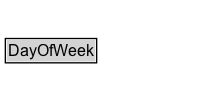
Before: docs/diagrams/DayOfWeek.dot.png, a diagram exported from Graphviz (k-vaughn/ontology-import-gr). Its source is kept beside it as docs/diagrams/DayOfWeek.dot. The source it was exported from:
```dot
digraph {
	graph [overlap=false rankdir=TB splines=true]
	node [fontname=Arial fontsize=12 margin=0 shape=none]
	edge [fontname=Arial fontsize=11]
	DayOfWeek [label=<<TABLE BORDER="1" CELLBORDER="0" CELLSPACING="0" CELLPADDING="1"><TR><TD BGCOLOR="lightgray" ALIGN="CENTER">DayOfWeek</TD></TR></TABLE>> URL="../DayOfWeek" margin=0]
	{
		rank=max
	}
	subgraph cluster_associated {
		label="" style=invis
		Invis [label=<<TABLE BORDER="0" CELLBORDER="0" CELLSPACING="0" CELLPADDING="1"><TR><TD></TD></TR></TABLE>> margin=0 style=invis]
	}
}
```
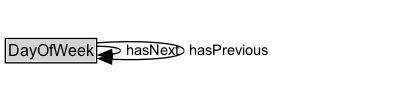
The same diagram one commit later.

What changed in the source:
```diff
@@ -2,7 +2,10 @@
 	graph [overlap=false rankdir=TB splines=true]
 	node [fontname=Arial fontsize=12 margin=0 shape=none]
 	edge [fontname=Arial fontsize=11]
-	DayOfWeek [label=<<TABLE BORDER="1" CELLBORDER="0" CELLSPACING="0" CELLPADDING="1"><TR><TD BGCOLOR="lightgray" ALIGN="CENTER">DayOfWeek</TD></TR></TABLE>> URL="../DayOfWeek" margin=0]
+	{
+		rank=source
+	}
+	DayOfWeek [label=<<TABLE BORDER="1" CELLBORDER="0" CELLSPACING="0" CELLPADDING="1"><TR><TD BGCOLOR="lightgray" ALIGN="CENTER">DayOfWeek</TD></TR><TR><TD ALIGN="LEFT">description : rdfs:Literal</TD></TR><TR><TD ALIGN="LEFT">name : rdfs:Literal</TD></TR></TABLE>> URL="../DayOfWeek" margin=0]
 	{
 		rank=max
 	}
@@ -10,4 +13,7 @@
 		label="" style=invis
 		Invis [label=<<TABLE BORDER="0" CELLBORDER="0" CELLSPACING="0" CELLPADDING="1"><TR><TD></TD></TR></TABLE>> margin=0 style=invis]
 	}
+	DayOfWeek [label=<<TABLE BORDER="1" CELLBORDER="0" CELLSPACING="0" CELLPADDING="1"><TR><TD BGCOLOR="lightgray" ALIGN="CENTER">DayOfWeek</TD></TR></TABLE>> URL="../DayOfWeek" margin=0]
+	DayOfWeek -> DayOfWeek [label=<<TABLE BORDER="0" CELLBORDER="0" CELLSPACING="0" CELLPADDING="4" BGCOLOR="white"><TR><TD ALIGN="CENTER">hasNext</TD></TR></TABLE>> arrowhead=normal style=solid]
+	DayOfWeek -> DayOfWeek [label=<<TABLE BORDER="0" CELLBORDER="0" CELLSPACING="0" CELLPADDING="4" BGCOLOR="white"><TR><TD ALIGN="CENTER">hasPrevious</TD></TR></TABLE>> arrowhead=normal style=solid]
 }
```
